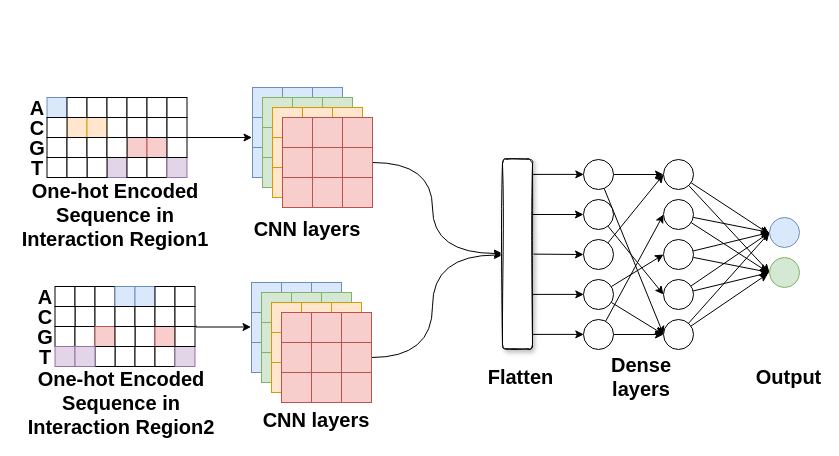
Above: onehot_cnn_two_branch.drawio in NaiveTom/draw.io (draw.io), before the change. Source tidied: cells renumbered, new cells numbered last; positions are measured from the earlier drawing's top-left corner, leaving out a move shared by most shapes. Both pictures are drawn from the tidied source at 100%, with x=0, y=0 at pixel (16, 87).
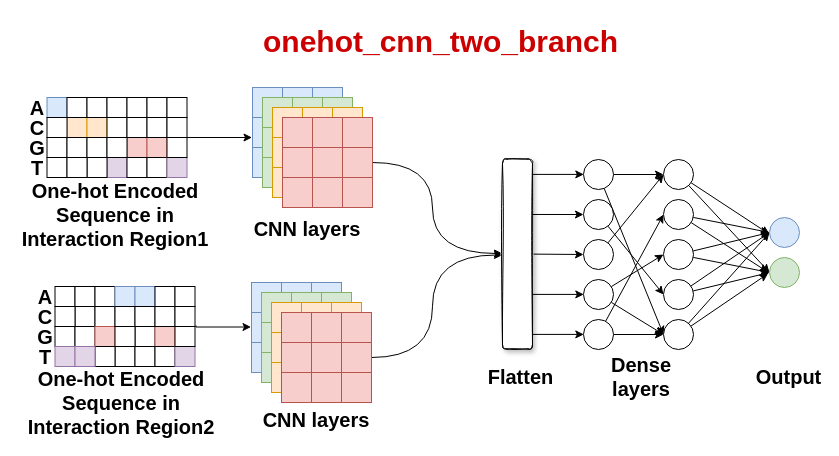
The same page after the edit.

What changed in the source:
```diff
@@
+    <mxCell id="187" value="onehot_cnn_two_branch" style="text;whiteSpace=wrap;html=1;fontSize=30;fontStyle=1;fontColor=#CC0000;" parent="1" vertex="1">
+      <mxGeometry x="245" y="-70" width="310" height="40" as="geometry" />
+    </mxCell>
```
